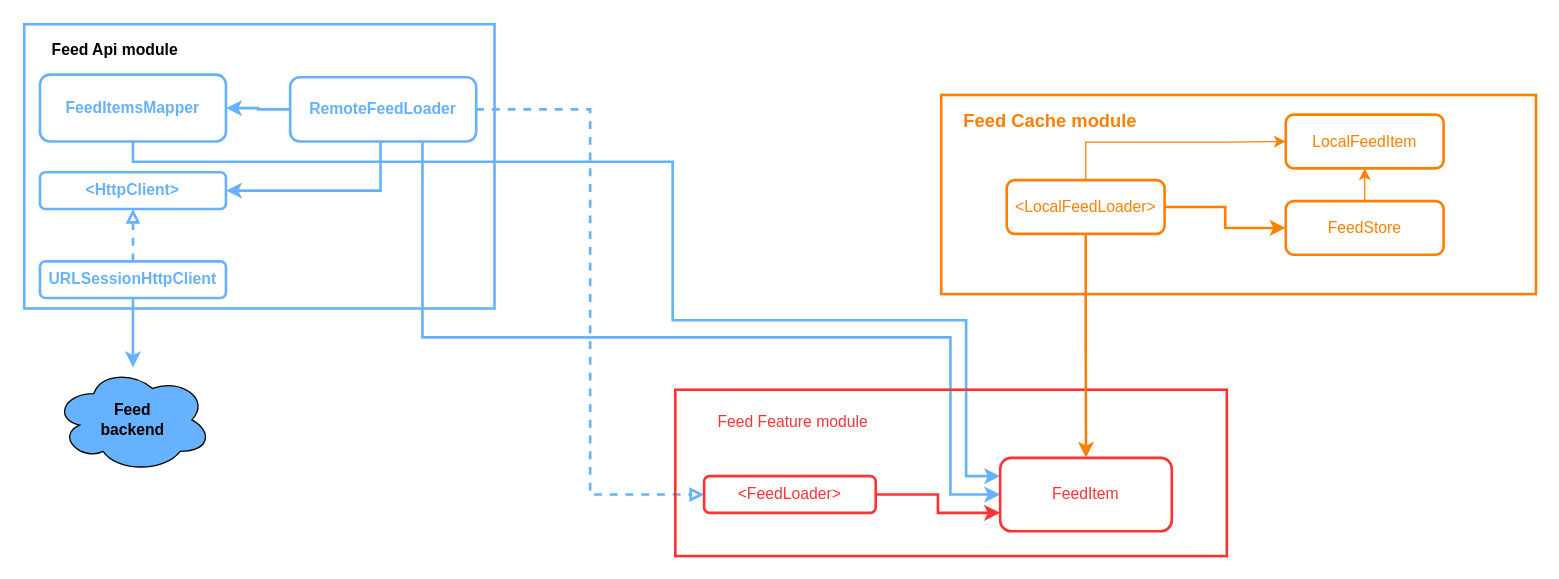
Above: FeedAppDiagram.drawio in ispiryan/FeedApp (draw.io), before the change. Source tidied: cells renumbered, new cells numbered last; positions are measured from the earlier drawing's top-left corner, leaving out a move shared by most shapes. Both pictures are drawn from the tidied source at 131%, with x=0, y=0 at pixel (24, 24).
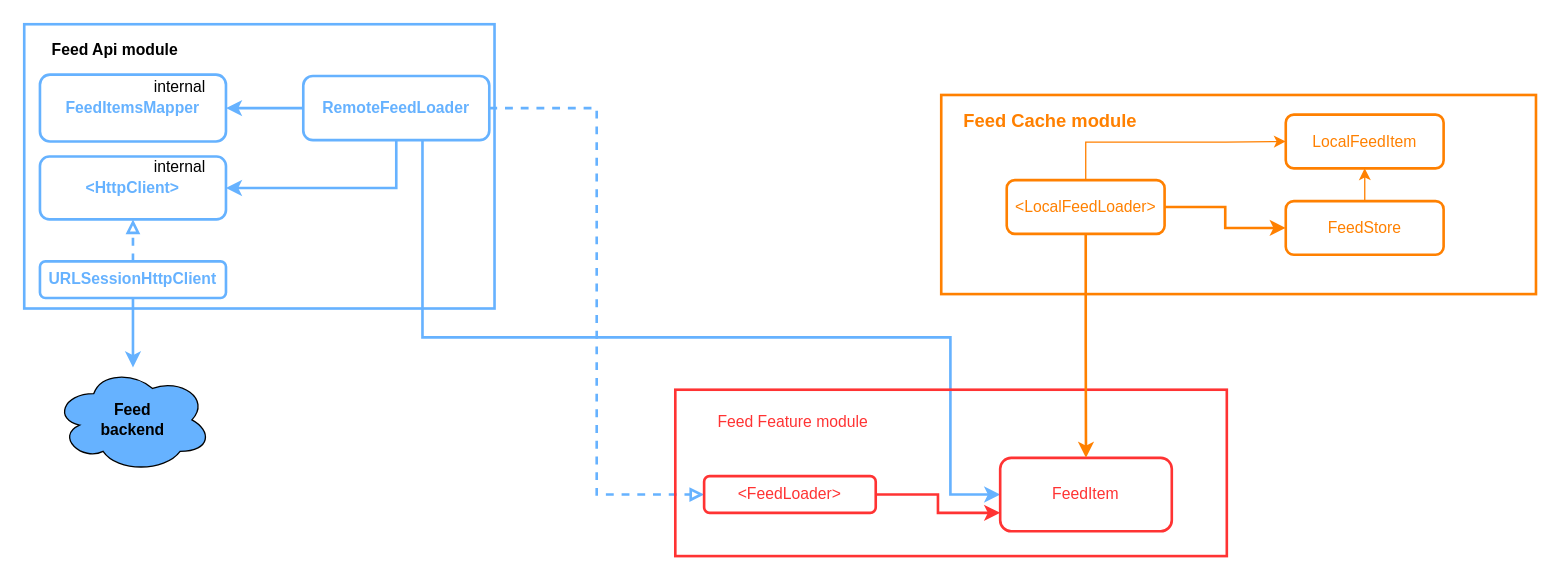
The same page after the edit.

Unchanged cells that the change refers to:
```xml
<mxCell id="9" value="FeedItemsMapper" style="rounded=1;whiteSpace=wrap;html=1;strokeColor=#66B2FF;strokeWidth=2;fillColor=none;fontColor=#66B2FF;fontStyle=1;" parent="1" vertex="1">
  <mxGeometry x="12" y="38.5" width="142" height="51" as="geometry" />
</mxCell>
<mxCell id="20" value="FeedItem" style="rounded=1;whiteSpace=wrap;html=1;fontColor=#FF3333;strokeColor=#FF3333;strokeWidth=2;" parent="16" vertex="1">
  <mxGeometry x="248" y="52" width="131" height="56" as="geometry" />
</mxCell>
```

The edit, as a diff of the source:
```diff
@@
+    <mxCell id="6" style="edgeStyle=orthogonalEdgeStyle;rounded=0;jettySize=auto;html=1;entryX=0;entryY=0.5;entryDx=0;entryDy=0;strokeColor=#66B2FF;strokeWidth=2;fontSize=14;fontColor=#FF8000;" parent="1" edge="1" source="7" target="20">
+      <mxGeometry relative="1" as="geometry">
+        <Array as="points">
+          <mxPoint x="304" y="239" />
+          <mxPoint x="707" y="239" />
+          <mxPoint x="707" y="359" />
+        </Array>
+      </mxGeometry>
+    </mxCell>
-    <mxCell id="5" style="edgeStyle=orthogonalEdgeStyle;rounded=0;jettySize=auto;html=1;entryX=1;entryY=0.5;entryDx=0;entryDy=0;strokeColor=#66B2FF;strokeWidth=2;" parent="1" edge="1" source="7" target="10">
+    <mxCell id="5" style="edgeStyle=orthogonalEdgeStyle;rounded=0;jettySize=auto;html=1;entryX=1;entryY=0.5;entryDx=0;entryDy=0;strokeWidth=2;strokeColor=#66B2FF;" parent="1" edge="1" source="7" target="10">
       <mxGeometry relative="1" as="geometry">
         <Array as="points">
-          <mxPoint x="272" y="127" />
+          <mxPoint x="284" y="125" />
         </Array>
       </mxGeometry>
     </mxCell>
-    <mxCell id="6" style="edgeStyle=orthogonalEdgeStyle;rounded=0;jettySize=auto;html=1;entryX=0;entryY=0.5;entryDx=0;entryDy=0;strokeColor=#66B2FF;strokeWidth=2;fontSize=14;fontColor=#FF8000;" parent="1" edge="1" source="7" target="20">
-      <mxGeometry relative="1" as="geometry">
-        <Array as="points">
-          <mxPoint x="304" y="239" />
-          <mxPoint x="707" y="239" />
-          <mxPoint x="707" y="359" />
-        </Array>
-      </mxGeometry>
-    </mxCell>
     <mxCell id="7" value="RemoteFeedLoader" style="rounded=1;whiteSpace=wrap;html=1;strokeColor=#66B2FF;strokeWidth=2;fillColor=none;fontColor=#66B2FF;fontStyle=1;" parent="1" vertex="1">
-      <mxGeometry x="203" y="40.5" width="142" height="49" as="geometry" />
+      <mxGeometry x="213" y="39.5" width="142" height="49" as="geometry" />
     </mxCell>
-    <mxCell id="8" style="edgeStyle=orthogonalEdgeStyle;rounded=0;jettySize=auto;html=1;entryX=0;entryY=0.25;entryDx=0;entryDy=0;strokeColor=#66B2FF;strokeWidth=2;fontSize=14;fontColor=#FF8000;" parent="1" edge="1" source="9" target="20">
-      <mxGeometry relative="1" as="geometry">
-        <Array as="points">
-          <mxPoint x="83" y="105" />
-          <mxPoint x="495" y="105" />
-          <mxPoint x="495" y="226" />
-          <mxPoint x="719" y="226" />
-          <mxPoint x="719" y="345" />
-        </Array>
-      </mxGeometry>
-    </mxCell>
@@
     <mxCell id="10" value="&amp;lt;HttpClient&amp;gt;" style="rounded=1;whiteSpace=wrap;html=1;strokeColor=#66B2FF;strokeWidth=2;fillColor=none;fontColor=#66B2FF;fontStyle=1;" parent="1" vertex="1">
-      <mxGeometry x="12" y="113" width="142" height="28" as="geometry" />
+      <mxGeometry x="12" y="101" width="142" height="48" as="geometry" />
     </mxCell>
@@
+    <mxCell id="33" value="internal" style="text;html=1;strokeColor=none;fillColor=none;align=center;verticalAlign=middle;whiteSpace=wrap;rounded=0;" parent="1" vertex="1">
+      <mxGeometry x="89" y="33" width="60" height="30" as="geometry" />
+    </mxCell>
+    <mxCell id="34" value="internal" style="text;html=1;strokeColor=none;fillColor=none;align=center;verticalAlign=middle;whiteSpace=wrap;rounded=0;" parent="1" vertex="1">
+      <mxGeometry x="89" y="93.5" width="60" height="30" as="geometry" />
+    </mxCell>
```
